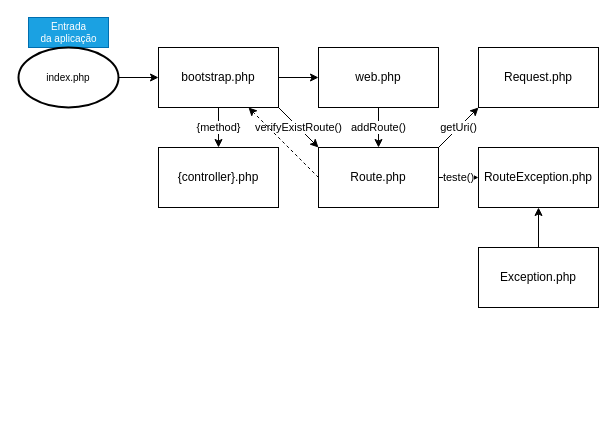
This is index.drawio from HugOtavioS/App, a draw.io file, before an edit. Source tidied: cells renumbered, new cells numbered last; positions are measured from the earlier drawing's top-left corner, leaving out a move shared by most shapes. Both pictures are drawn from the tidied source at 100%, with x=0, y=0 at pixel (18, 17).
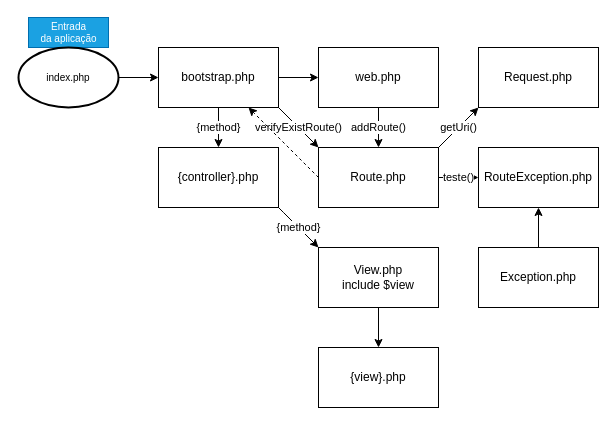
After the change.

Commit message (it also covers changes not shown here):
Responsabilidades Separadas; view

Unchanged cells that the change refers to:
```xml
<mxCell id="16" value="{controller}.php" style="rounded=0;whiteSpace=wrap;html=1;" parent="1" vertex="1">
  <mxGeometry x="140" y="130" width="120" height="60" as="geometry" />
</mxCell>
```

Change to the diagram source:
```diff
@@
+    <mxCell id="21" value="{method}" style="edgeStyle=none;html=1;exitX=1;exitY=1;exitDx=0;exitDy=0;entryX=0;entryY=0;entryDx=0;entryDy=0;" parent="1" edge="1" source="16" target="23">
+      <mxGeometry relative="1" as="geometry">
+        <Array as="points">
+          <mxPoint x="270" y="200" />
+        </Array>
+      </mxGeometry>
+    </mxCell>
@@
+    <mxCell id="22" style="edgeStyle=none;html=1;" parent="1" edge="1" source="23" target="24">
+      <mxGeometry relative="1" as="geometry" />
+    </mxCell>
+    <mxCell id="23" value="View.php&lt;br&gt;include $view" style="rounded=0;whiteSpace=wrap;html=1;" parent="1" vertex="1">
+      <mxGeometry x="300" y="230" width="120" height="60" as="geometry" />
+    </mxCell>
+    <mxCell id="24" value="{view}.php" style="rounded=0;whiteSpace=wrap;html=1;" parent="1" vertex="1">
+      <mxGeometry x="300" y="330" width="120" height="60" as="geometry" />
+    </mxCell>
```
